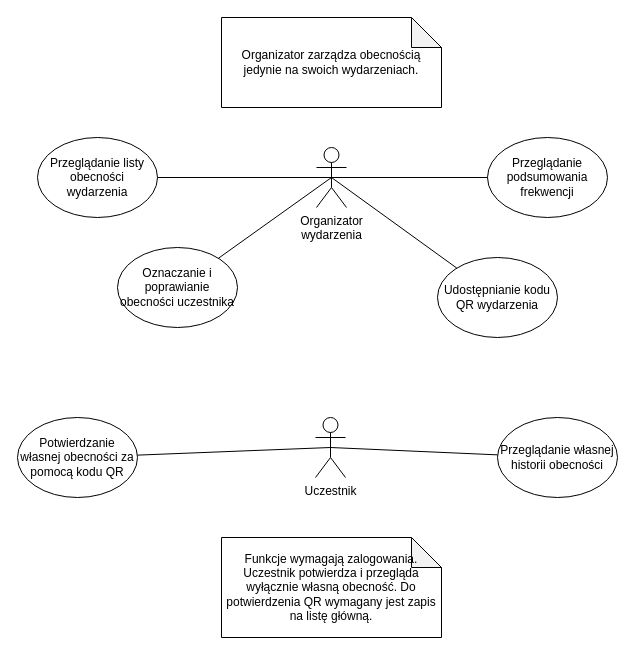
Above: page "Diagram przypadków użycia" (1 of 5) of IO moduł 6.drawio in KrzychuToJaa/IO---modul-6 (draw.io), before the change. Source tidied: cells renumbered, new cells numbered last; positions are measured from the earlier drawing's top-left corner, leaving out a move shared by most shapes. Both pictures are drawn from the tidied source at 100%, with x=0, y=0 at pixel (17, 17).
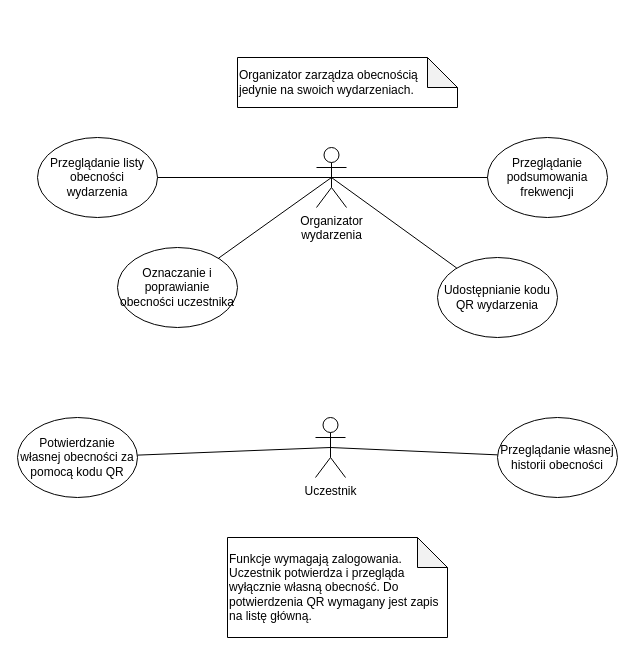
Above is the later version.

Diff of the diagram source:
```diff
@@
 <mxGraphModel>
   <root>
     <mxCell id="0" />
     <mxCell id="1" parent="0" />
     <mxCell id="2" value="Organizator &lt;br&gt;wydarzenia" style="shape=umlActor;verticalLabelPosition=bottom;verticalAlign=top;html=1;outlineConnect=0;labelPerimeter=1;" parent="1" vertex="1">
       <mxGeometry x="299" y="130" width="30" height="60" as="geometry" />
     </mxCell>
     <mxCell id="3" value="Uczestnik" style="shape=umlActor;verticalLabelPosition=bottom;verticalAlign=top;html=1;outlineConnect=0;labelPerimeter=1;" parent="1" vertex="1">
       <mxGeometry x="298" y="400" width="30" height="60" as="geometry" />
     </mxCell>
     <mxCell id="4" value="Przeglądanie listy obecności wydarzenia" style="ellipse;whiteSpace=wrap;html=1;shapeInside=1;" parent="1" vertex="1">
       <mxGeometry x="20" y="120" width="120" height="80" as="geometry" />
     </mxCell>
     <mxCell id="5" value="Oznaczanie i poprawianie obecności uczestnika" style="ellipse;whiteSpace=wrap;html=1;shapeInside=1;" parent="1" vertex="1">
       <mxGeometry x="100" y="230" width="120" height="80" as="geometry" />
     </mxCell>
     <mxCell id="6" value="Udostępnianie kodu QR wydarzenia" style="ellipse;whiteSpace=wrap;html=1;shapeInside=1;" parent="1" vertex="1">
       <mxGeometry x="420" y="240" width="120" height="80" as="geometry" />
     </mxCell>
     <mxCell id="7" value="Przeglądanie podsumowania frekwencji" style="ellipse;whiteSpace=wrap;html=1;shapeInside=1;" parent="1" vertex="1">
       <mxGeometry x="470" y="120" width="120" height="80" as="geometry" />
     </mxCell>
     <mxCell id="8" value="Potwierdzanie własnej obecności za pomocą kodu QR" style="ellipse;whiteSpace=wrap;html=1;shapeInside=1;" parent="1" vertex="1">
       <mxGeometry y="400" width="120" height="80" as="geometry" />
     </mxCell>
     <mxCell id="9" value="Przeglądanie własnej historii obecności" style="ellipse;whiteSpace=wrap;html=1;shapeInside=1;" parent="1" vertex="1">
       <mxGeometry x="480" y="400" width="120" height="80" as="geometry" />
     </mxCell>
     <mxCell id="10" style="edgeStyle=none;html=1;entryX=0.5;entryY=0.5;entryDx=0;entryDy=0;entryPerimeter=0;flowAnimation=0;endArrow=none;endFill=0;" parent="1" edge="1" source="4" target="2">
       <mxGeometry relative="1" as="geometry" />
     </mxCell>
     <mxCell id="11" style="edgeStyle=none;html=1;entryX=0.5;entryY=0.5;entryDx=0;entryDy=0;entryPerimeter=0;endArrow=none;endFill=0;" parent="1" edge="1" source="5" target="2">
       <mxGeometry relative="1" as="geometry" />
     </mxCell>
     <mxCell id="12" style="edgeStyle=none;html=1;entryX=0.5;entryY=0.5;entryDx=0;entryDy=0;entryPerimeter=0;endArrow=none;endFill=0;" parent="1" edge="1" source="6" target="2">
       <mxGeometry relative="1" as="geometry" />
     </mxCell>
     <mxCell id="13" style="edgeStyle=none;html=1;entryX=0.5;entryY=0.5;entryDx=0;entryDy=0;entryPerimeter=0;endArrow=none;endFill=0;" parent="1" edge="1" source="7" target="2">
       <mxGeometry relative="1" as="geometry" />
     </mxCell>
     <mxCell id="14" style="edgeStyle=none;html=1;entryX=0.5;entryY=0.5;entryDx=0;entryDy=0;entryPerimeter=0;endArrow=none;endFill=0;" parent="1" edge="1" source="8" target="3">
       <mxGeometry relative="1" as="geometry" />
     </mxCell>
     <mxCell id="15" style="edgeStyle=none;html=1;entryX=0.5;entryY=0.5;entryDx=0;entryDy=0;entryPerimeter=0;endArrow=none;endFill=0;" parent="1" edge="1" source="9" target="3">
       <mxGeometry relative="1" as="geometry" />
     </mxCell>
-    <mxCell id="16" value="Organizator zarządza obecnością jedynie na swoich wydarzeniach." style="shape=note;whiteSpace=wrap;html=1;backgroundOutline=1;darkOpacity=0.05;" parent="1" vertex="1">
-      <mxGeometry x="204" width="220" height="90" as="geometry" />
+    <mxCell id="16" value="Organizator zarządza obecnością jedynie na swoich wydarzeniach." style="shape=note;whiteSpace=wrap;html=1;backgroundOutline=1;darkOpacity=0.05;align=left;" parent="1" vertex="1">
+      <mxGeometry x="220" y="40" width="220" height="50" as="geometry" />
     </mxCell>
-    <mxCell id="17" value="Funkcje wymagają zalogowania. Uczestnik potwierdza i przegląda wyłącznie własną obecność. Do potwierdzenia QR wymagany jest zapis na listę główną." style="shape=note;whiteSpace=wrap;html=1;backgroundOutline=1;darkOpacity=0.05;" parent="1" vertex="1">
-      <mxGeometry x="204" y="520" width="220" height="100" as="geometry" />
+    <mxCell id="17" value="Funkcje wymagają zalogowania. Uczestnik potwierdza i przegląda wyłącznie własną obecność. Do potwierdzenia QR wymagany jest zapis na listę główną." style="shape=note;whiteSpace=wrap;html=1;backgroundOutline=1;darkOpacity=0.05;align=left;" parent="1" vertex="1">
+      <mxGeometry x="210" y="520" width="220" height="100" as="geometry" />
     </mxCell>
   </root>
 </mxGraphModel>
```
